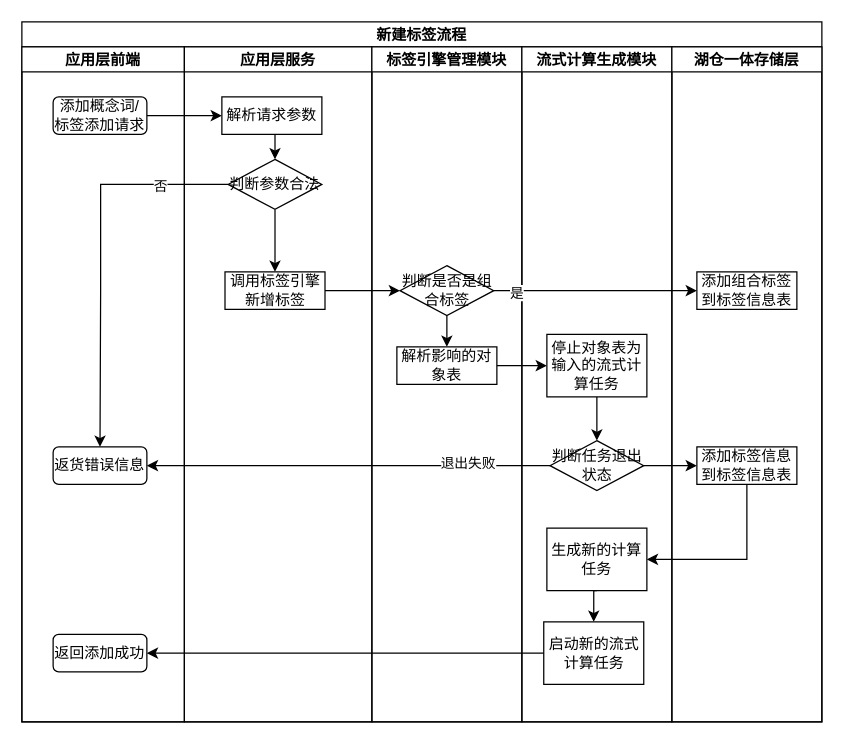
JJFatherL/biyesheji keeps this draw.io diagram as tupian/添加标签.drawio. Above is the earlier version. Source tidied: cells renumbered, new cells numbered last; positions are measured from the earlier drawing's top-left corner, leaving out a move shared by most shapes. Both pictures are drawn from the tidied source at 125%, with x=0, y=0 at pixel (21, 21).
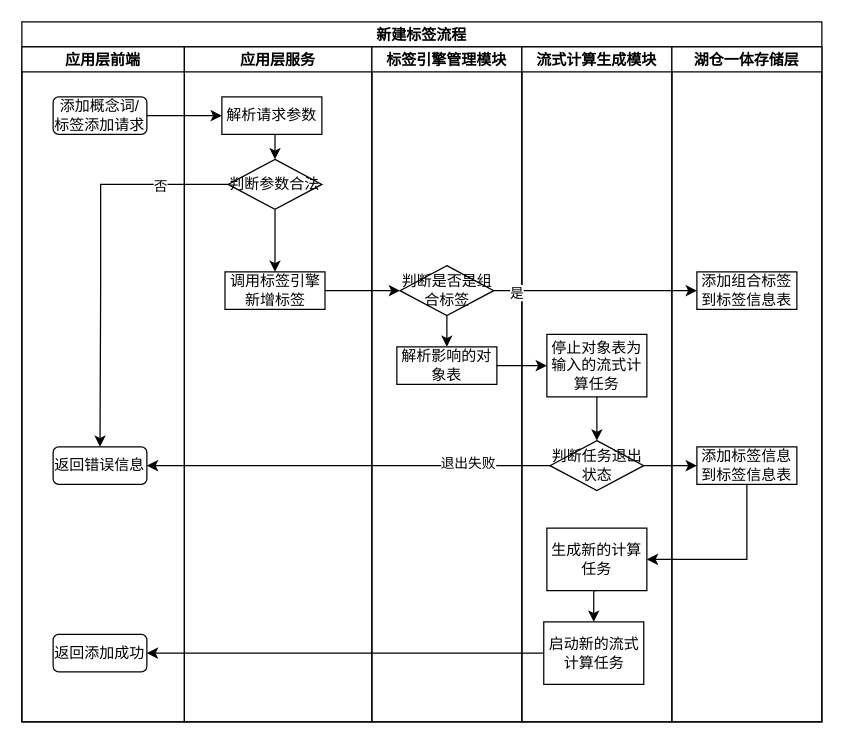
Above is the later version.

Commit message (it also covers changes not shown here):
更新添加标签.drawio

Unchanged cells that the change refers to:
```xml
<mxCell id="3" value="应用层前端" style="swimlane;startSize=20;" parent="2" vertex="1">
  <mxGeometry y="20" width="130" height="540" as="geometry" />
</mxCell>
```

Diff of the diagram source:
```diff
@@
-    <mxCell id="5" value="返货错误信息" style="rounded=1;whiteSpace=wrap;html=1;" parent="3" vertex="1">
+    <mxCell id="5" value="返回错误信息" style="rounded=1;whiteSpace=wrap;html=1;" parent="3" vertex="1">
       <mxGeometry x="25" y="320" width="75" height="30" as="geometry" />
     </mxCell>
```
